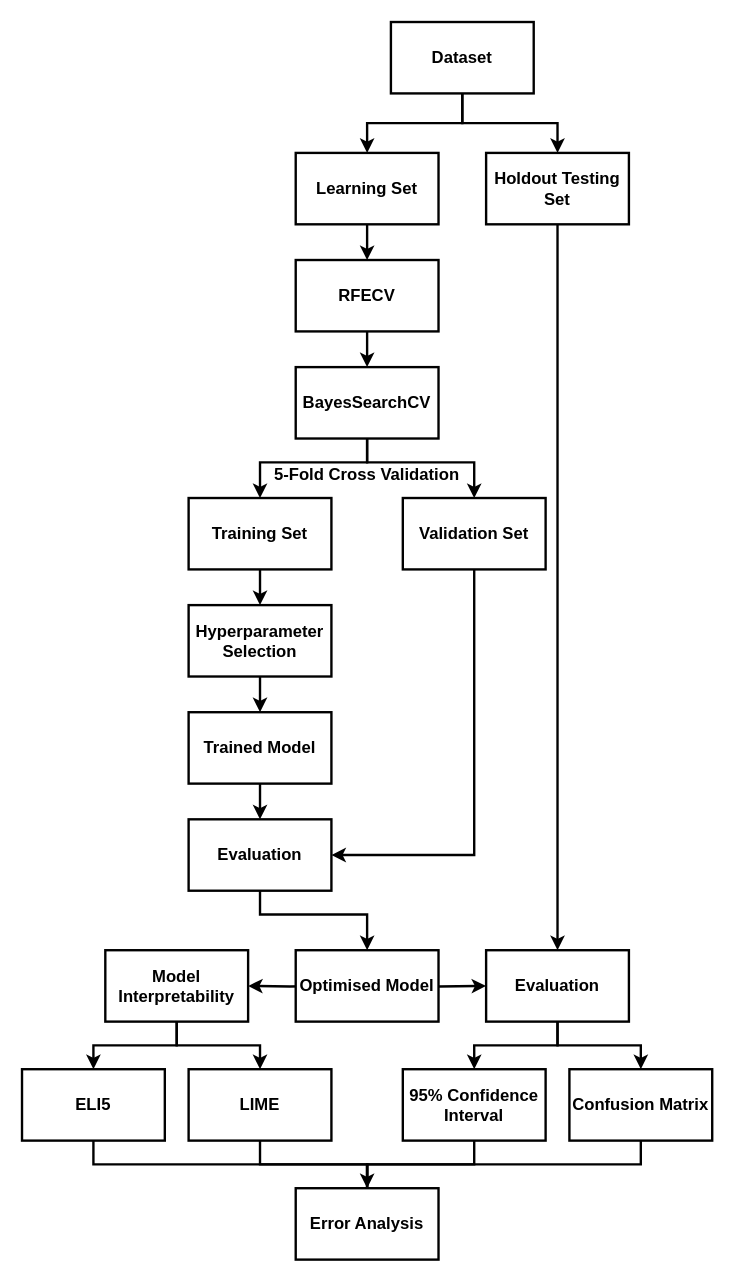
The draw.io diagram Diagrams/Model_Training.drawio in GeorgeIniatis/AlphaFold_Dataset_Drug_Binding_Prediction, before the edit. Source tidied: cells renumbered, new cells numbered last; positions are measured from the earlier drawing's top-left corner, leaving out a move shared by most shapes. Both pictures are drawn from the tidied source at 119%, with x=0, y=0 at pixel (21, 21).
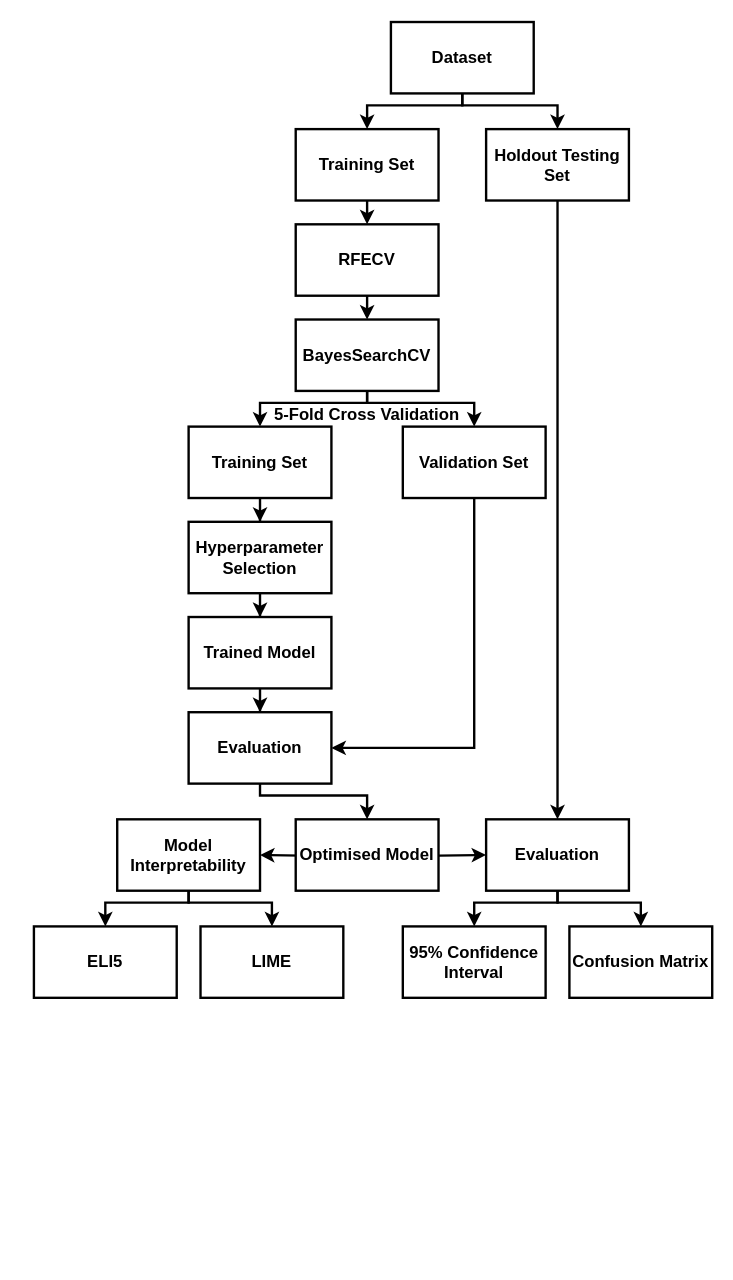
The same diagram, later.

The change refers to these unchanged cells:
```xml
<mxCell id="21" value="&lt;font style=&quot;font-size: 14px;&quot;&gt;&lt;b&gt;Dataset&lt;/b&gt;&lt;/font&gt;" style="rounded=0;whiteSpace=wrap;html=1;strokeWidth=2;" parent="1" vertex="1">
  <mxGeometry x="310" width="120" height="60" as="geometry" />
</mxCell>
```

The edit, as a diff of the source:
```diff
@@
     <mxCell id="2" value="&lt;font style=&quot;font-size: 14px;&quot;&gt;&lt;b&gt;5-Fold Cross Validation&lt;/b&gt;&lt;/font&gt;" style="rounded=0;whiteSpace=wrap;html=1;strokeWidth=2;strokeColor=none;" parent="1" vertex="1">
-      <mxGeometry x="210" y="350" width="160" height="60" as="geometry" />
+      <mxGeometry x="210" y="300" width="160" height="60" as="geometry" />
     </mxCell>
-    <mxCell id="3" value="&lt;font style=&quot;font-size: 14px;&quot;&gt;&lt;b&gt;Learning Set&lt;/b&gt;&lt;/font&gt;" style="rounded=0;whiteSpace=wrap;html=1;strokeWidth=2;" parent="1" vertex="1">
-      <mxGeometry x="230" y="110" width="120" height="60" as="geometry" />
+    <mxCell id="3" value="&lt;font style=&quot;font-size: 14px;&quot;&gt;&lt;b&gt;Training Set&lt;/b&gt;&lt;/font&gt;" style="rounded=0;whiteSpace=wrap;html=1;strokeWidth=2;" parent="1" vertex="1">
+      <mxGeometry x="230" y="90" width="120" height="60" as="geometry" />
     </mxCell>
@@
     <mxCell id="5" value="&lt;b&gt;RFECV&lt;br&gt;&lt;/b&gt;" style="rounded=0;whiteSpace=wrap;html=1;strokeWidth=2;fontSize=14;" parent="1" vertex="1">
-      <mxGeometry x="230" y="200" width="120" height="60" as="geometry" />
+      <mxGeometry x="230" y="170" width="120" height="60" as="geometry" />
     </mxCell>
@@
     <mxCell id="7" value="&lt;font style=&quot;font-size: 14px;&quot;&gt;&lt;b&gt;Training Set&lt;/b&gt;&lt;/font&gt;" style="rounded=0;whiteSpace=wrap;html=1;strokeWidth=2;" parent="1" vertex="1">
-      <mxGeometry x="140" y="400" width="120" height="60" as="geometry" />
+      <mxGeometry x="140" y="340" width="120" height="60" as="geometry" />
     </mxCell>
@@
     <mxCell id="9" value="&lt;span style=&quot;font-size: 14px;&quot;&gt;&lt;b&gt;Holdout Testing Set&lt;/b&gt;&lt;/span&gt;" style="rounded=0;whiteSpace=wrap;html=1;strokeWidth=2;" parent="1" vertex="1">
-      <mxGeometry x="390" y="110" width="120" height="60" as="geometry" />
+      <mxGeometry x="390" y="90" width="120" height="60" as="geometry" />
     </mxCell>
     <mxCell id="10" value="&lt;font style=&quot;font-size: 14px;&quot;&gt;&lt;b&gt;BayesSearchCV&lt;/b&gt;&lt;/font&gt;" style="rounded=0;whiteSpace=wrap;html=1;strokeWidth=2;" parent="1" vertex="1">
-      <mxGeometry x="230" y="290" width="120" height="60" as="geometry" />
+      <mxGeometry x="230" y="250" width="120" height="60" as="geometry" />
     </mxCell>
-    <mxCell id="11" style="edgeStyle=orthogonalEdgeStyle;rounded=0;jettySize=auto;html=1;entryX=0.5;entryY=0;entryDx=0;entryDy=0;strokeWidth=2;endArrow=none;endFill=0;" parent="1" edge="1" source="12" target="33">
-      <mxGeometry relative="1" as="geometry">
-        <Array as="points">
-          <mxPoint x="380" y="960" />
-          <mxPoint x="290" y="960" />
-        </Array>
-      </mxGeometry>
-    </mxCell>
     <mxCell id="12" value="&lt;font style=&quot;font-size: 14px;&quot;&gt;&lt;b&gt;95% Confidence Interval&lt;/b&gt;&lt;/font&gt;" style="rounded=0;whiteSpace=wrap;html=1;strokeWidth=2;" parent="1" vertex="1">
-      <mxGeometry x="320" y="880" width="120" height="60" as="geometry" />
+      <mxGeometry x="320" y="760" width="120" height="60" as="geometry" />
     </mxCell>
     <mxCell id="13" style="edgeStyle=orthogonalEdgeStyle;rounded=0;jettySize=auto;html=1;entryX=0;entryY=0.5;entryDx=0;entryDy=0;strokeWidth=2;fontSize=14;startArrow=none;startFill=0;endArrow=classic;endFill=1;elbow=vertical;" parent="1" edge="1" target="30">
       <mxGeometry relative="1" as="geometry">
-        <mxPoint x="310" y="810" as="sourcePoint" />
+        <mxPoint x="310" y="700" as="sourcePoint" />
       </mxGeometry>
     </mxCell>
     <mxCell id="14" style="edgeStyle=orthogonalEdgeStyle;rounded=0;jettySize=auto;html=1;entryX=1;entryY=0.5;entryDx=0;entryDy=0;strokeWidth=2;fontSize=14;startArrow=none;startFill=0;endArrow=classic;endFill=1;elbow=vertical;exitX=0;exitY=0.5;exitDx=0;exitDy=0;" parent="1" edge="1" target="34">
       <mxGeometry relative="1" as="geometry">
-        <mxPoint x="260" y="810" as="sourcePoint" />
+        <mxPoint x="270" y="700" as="sourcePoint" />
       </mxGeometry>
     </mxCell>
     <mxCell id="15" value="&lt;font style=&quot;font-size: 14px;&quot;&gt;&lt;b&gt;Optimised Model&lt;/b&gt;&lt;/font&gt;" style="rounded=0;whiteSpace=wrap;html=1;strokeWidth=2;" parent="1" vertex="1">
-      <mxGeometry x="230" y="780" width="120" height="60" as="geometry" />
+      <mxGeometry x="230" y="670" width="120" height="60" as="geometry" />
     </mxCell>
@@
     <mxCell id="17" value="&lt;font style=&quot;font-size: 14px;&quot;&gt;&lt;b&gt;Hyperparameter Selection&lt;/b&gt;&lt;/font&gt;" style="rounded=0;whiteSpace=wrap;html=1;strokeWidth=2;" parent="1" vertex="1">
-      <mxGeometry x="140" y="490" width="120" height="60" as="geometry" />
+      <mxGeometry x="140" y="420" width="120" height="60" as="geometry" />
     </mxCell>
     <mxCell id="18" style="edgeStyle=orthogonalEdgeStyle;rounded=0;jettySize=auto;html=1;strokeWidth=2;" parent="1" edge="1" source="19" target="15">
       <mxGeometry relative="1" as="geometry">
         <Array as="points">
-          <mxPoint x="200" y="750" />
-          <mxPoint x="290" y="750" />
+          <mxPoint x="200" y="650" />
+          <mxPoint x="290" y="650" />
         </Array>
       </mxGeometry>
     </mxCell>
     <mxCell id="19" value="&lt;font style=&quot;font-size: 14px;&quot;&gt;&lt;b&gt;Evaluation&lt;/b&gt;&lt;/font&gt;" style="rounded=0;whiteSpace=wrap;html=1;strokeWidth=2;" parent="1" vertex="1">
-      <mxGeometry x="140" y="670" width="120" height="60" as="geometry" />
+      <mxGeometry x="140" y="580" width="120" height="60" as="geometry" />
     </mxCell>
     <mxCell id="20" style="edgeStyle=orthogonalEdgeStyle;rounded=0;jettySize=auto;html=1;entryX=0.5;entryY=0;entryDx=0;entryDy=0;strokeWidth=2;" parent="1" edge="1" source="21" target="9">
-      <mxGeometry relative="1" as="geometry" />
+      <mxGeometry relative="1" as="geometry">
+        <Array as="points">
+          <mxPoint x="370" y="70" />
+          <mxPoint x="450" y="70" />
+        </Array>
+      </mxGeometry>
     </mxCell>
@@
     <mxCell id="22" value="&lt;span style=&quot;font-size: 14px;&quot;&gt;&lt;b&gt;Validation Set&lt;/b&gt;&lt;/span&gt;" style="rounded=0;whiteSpace=wrap;html=1;strokeWidth=2;" parent="1" vertex="1">
-      <mxGeometry x="320" y="400" width="120" height="60" as="geometry" />
+      <mxGeometry x="320" y="340" width="120" height="60" as="geometry" />
     </mxCell>
@@
     <mxCell id="24" value="&lt;span style=&quot;font-size: 14px;&quot;&gt;&lt;b&gt;Trained Model&lt;/b&gt;&lt;/span&gt;" style="rounded=0;whiteSpace=wrap;html=1;strokeWidth=2;" parent="1" vertex="1">
-      <mxGeometry x="140" y="580" width="120" height="60" as="geometry" />
+      <mxGeometry x="140" y="500" width="120" height="60" as="geometry" />
     </mxCell>
     <mxCell id="25" style="endArrow=classic;html=1;rounded=0;fontSize=14;strokeWidth=2;exitX=0.5;exitY=1;exitDx=0;exitDy=0;edgeStyle=elbowEdgeStyle;entryX=0.5;entryY=0;entryDx=0;entryDy=0;elbow=vertical;endFill=1;" parent="1" edge="1" source="21" target="3">
-      <mxGeometry relative="1" as="geometry" />
+      <mxGeometry relative="1" as="geometry">
+        <Array as="points">
+          <mxPoint x="330" y="70" />
+        </Array>
+      </mxGeometry>
     </mxCell>
@@
     <mxCell id="27" style="endArrow=classic;html=1;rounded=0;strokeWidth=2;fontSize=14;elbow=vertical;edgeStyle=orthogonalEdgeStyle;entryX=0.5;entryY=0;entryDx=0;entryDy=0;endFill=1;" parent="1" edge="1" target="7">
       <mxGeometry relative="1" as="geometry">
-        <mxPoint x="290" y="350" as="sourcePoint" />
+        <mxPoint x="290" y="310" as="sourcePoint" />
         <Array as="points">
-          <mxPoint x="290" y="370" />
-          <mxPoint x="200" y="370" />
+          <mxPoint x="290" y="320" />
+          <mxPoint x="200" y="320" />
         </Array>
       </mxGeometry>
     </mxCell>
     <mxCell id="28" style="endArrow=classic;html=1;rounded=0;strokeWidth=2;fontSize=14;elbow=vertical;edgeStyle=orthogonalEdgeStyle;entryX=0.5;entryY=0;entryDx=0;entryDy=0;endFill=1;" parent="1" edge="1" target="22">
       <mxGeometry relative="1" as="geometry">
-        <mxPoint x="290" y="350" as="sourcePoint" />
+        <mxPoint x="290" y="310" as="sourcePoint" />
         <Array as="points">
-          <mxPoint x="290" y="370" />
-          <mxPoint x="380" y="370" />
+          <mxPoint x="290" y="320" />
+          <mxPoint x="380" y="320" />
         </Array>
       </mxGeometry>
     </mxCell>
@@
     <mxCell id="30" value="&lt;font style=&quot;font-size: 14px;&quot;&gt;&lt;b&gt;Evaluation&lt;/b&gt;&lt;/font&gt;" style="rounded=0;whiteSpace=wrap;html=1;strokeWidth=2;" parent="1" vertex="1">
-      <mxGeometry x="390" y="780" width="120" height="60" as="geometry" />
+      <mxGeometry x="390" y="670" width="120" height="60" as="geometry" />
     </mxCell>
-    <mxCell id="31" style="edgeStyle=orthogonalEdgeStyle;rounded=0;jettySize=auto;html=1;entryX=0.5;entryY=0;entryDx=0;entryDy=0;exitX=0.5;exitY=1;exitDx=0;exitDy=0;strokeWidth=2;endArrow=classic;endFill=1;" parent="1" edge="1" source="32" target="33">
-      <mxGeometry relative="1" as="geometry">
-        <Array as="points">
-          <mxPoint x="520" y="960" />
-          <mxPoint x="290" y="960" />
-        </Array>
-      </mxGeometry>
-    </mxCell>
     <mxCell id="32" value="&lt;font style=&quot;font-size: 14px;&quot;&gt;&lt;b&gt;Confusion Matrix&lt;/b&gt;&lt;/font&gt;" style="rounded=0;whiteSpace=wrap;html=1;strokeWidth=2;" parent="1" vertex="1">
-      <mxGeometry x="460" y="880" width="120" height="60" as="geometry" />
+      <mxGeometry x="460" y="760" width="120" height="60" as="geometry" />
     </mxCell>
-    <mxCell id="33" value="&lt;font style=&quot;font-size: 14px;&quot;&gt;&lt;b&gt;Error Analysis&lt;/b&gt;&lt;/font&gt;" style="rounded=0;whiteSpace=wrap;html=1;strokeWidth=2;" parent="1" vertex="1">
-      <mxGeometry x="230" y="980" width="120" height="60" as="geometry" />
-    </mxCell>
     <mxCell id="34" value="&lt;font style=&quot;font-size: 14px;&quot;&gt;&lt;b&gt;Model Interpretability&lt;/b&gt;&lt;/font&gt;" style="rounded=0;whiteSpace=wrap;html=1;strokeWidth=2;" parent="1" vertex="1">
-      <mxGeometry x="70" y="780" width="120" height="60" as="geometry" />
+      <mxGeometry x="80" y="670" width="120" height="60" as="geometry" />
     </mxCell>
-    <mxCell id="35" style="edgeStyle=orthogonalEdgeStyle;rounded=0;jettySize=auto;html=1;entryX=0.5;entryY=0;entryDx=0;entryDy=0;strokeWidth=2;endArrow=none;endFill=0;" parent="1" edge="1" source="36" target="33">
-      <mxGeometry relative="1" as="geometry">
-        <Array as="points">
-          <mxPoint x="60" y="960" />
-          <mxPoint x="290" y="960" />
-        </Array>
-      </mxGeometry>
-    </mxCell>
     <mxCell id="36" value="&lt;font style=&quot;font-size: 14px;&quot;&gt;&lt;b&gt;ELI5&lt;/b&gt;&lt;/font&gt;" style="rounded=0;whiteSpace=wrap;html=1;strokeWidth=2;" parent="1" vertex="1">
-      <mxGeometry y="880" width="120" height="60" as="geometry" />
+      <mxGeometry x="10" y="760" width="120" height="60" as="geometry" />
     </mxCell>
-    <mxCell id="37" style="edgeStyle=orthogonalEdgeStyle;rounded=0;jettySize=auto;html=1;strokeWidth=2;endArrow=none;endFill=0;" parent="1" edge="1" source="38">
-      <mxGeometry relative="1" as="geometry">
-        <mxPoint x="290" y="980" as="targetPoint" />
-        <Array as="points">
-          <mxPoint x="200" y="960" />
-          <mxPoint x="290" y="960" />
-        </Array>
-      </mxGeometry>
-    </mxCell>
     <mxCell id="38" value="&lt;font style=&quot;font-size: 14px;&quot;&gt;&lt;b&gt;LIME&lt;/b&gt;&lt;/font&gt;" style="rounded=0;whiteSpace=wrap;html=1;strokeWidth=2;" parent="1" vertex="1">
-      <mxGeometry x="140" y="880" width="120" height="60" as="geometry" />
+      <mxGeometry x="150" y="760" width="120" height="60" as="geometry" />
     </mxCell>
     <mxCell id="39" style="endArrow=classic;html=1;rounded=0;strokeWidth=2;fontSize=14;elbow=vertical;exitX=0.5;exitY=1;exitDx=0;exitDy=0;edgeStyle=orthogonalEdgeStyle;entryX=0.5;entryY=0;entryDx=0;entryDy=0;endFill=1;" parent="1" edge="1" source="30" target="12">
-      <mxGeometry relative="1" as="geometry" />
+      <mxGeometry relative="1" as="geometry">
+        <Array as="points">
+          <mxPoint x="450" y="740" />
+          <mxPoint x="380" y="740" />
+        </Array>
+      </mxGeometry>
     </mxCell>
     <mxCell id="40" style="endArrow=none;html=1;rounded=0;strokeWidth=2;fontSize=14;elbow=vertical;entryX=0.5;entryY=1;entryDx=0;entryDy=0;edgeStyle=orthogonalEdgeStyle;exitX=0.5;exitY=0;exitDx=0;exitDy=0;endFill=0;startArrow=classic;startFill=1;" parent="1" edge="1" source="36" target="34">
       <mxGeometry relative="1" as="geometry">
         <Array as="points">
-          <mxPoint x="60" y="860" />
-          <mxPoint x="130" y="860" />
+          <mxPoint x="70" y="740" />
+          <mxPoint x="140" y="740" />
         </Array>
       </mxGeometry>
     </mxCell>
     <mxCell id="41" style="endArrow=none;html=1;rounded=0;strokeWidth=2;fontSize=14;elbow=vertical;edgeStyle=orthogonalEdgeStyle;exitX=0.5;exitY=0;exitDx=0;exitDy=0;endFill=0;startArrow=classic;startFill=1;entryX=0.5;entryY=1;entryDx=0;entryDy=0;" parent="1" edge="1" source="38" target="34">
-      <mxGeometry relative="1" as="geometry" />
+      <mxGeometry relative="1" as="geometry">
+        <Array as="points">
+          <mxPoint x="210" y="740" />
+          <mxPoint x="140" y="740" />
+        </Array>
+      </mxGeometry>
     </mxCell>
     <mxCell id="42" style="endArrow=classic;html=1;rounded=0;strokeWidth=2;fontSize=14;elbow=vertical;edgeStyle=orthogonalEdgeStyle;entryX=0.5;entryY=0;entryDx=0;entryDy=0;endFill=1;" parent="1" edge="1" target="32">
       <mxGeometry relative="1" as="geometry">
-        <mxPoint x="450" y="840" as="sourcePoint" />
+        <mxPoint x="450" y="730" as="sourcePoint" />
         <Array as="points">
-          <mxPoint x="450" y="860" />
-          <mxPoint x="520" y="860" />
+          <mxPoint x="450" y="740" />
+          <mxPoint x="520" y="740" />
         </Array>
       </mxGeometry>
     </mxCell>
```
